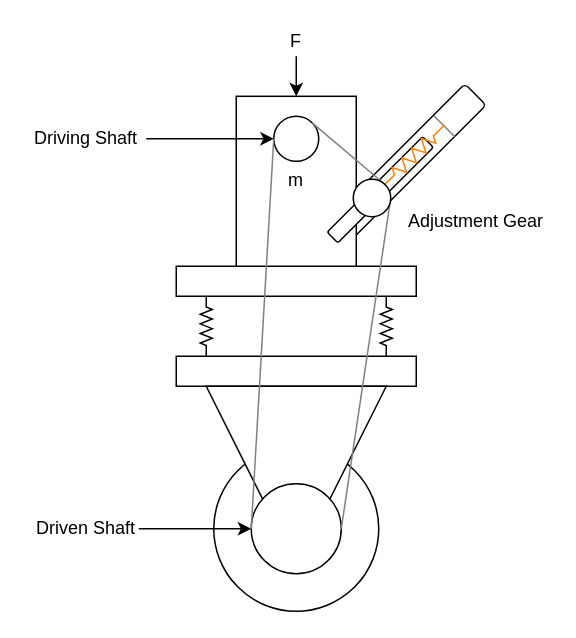
Before: Untitled Diagram.drawio in 5730289021-NN/aris_meta, a draw.io diagram. Source tidied: cells renumbered, new cells numbered last; positions are measured from the earlier drawing's top-left corner, leaving out a move shared by most shapes. Both pictures are drawn from the tidied source at 150%, with x=0, y=0 at pixel (26, 26).
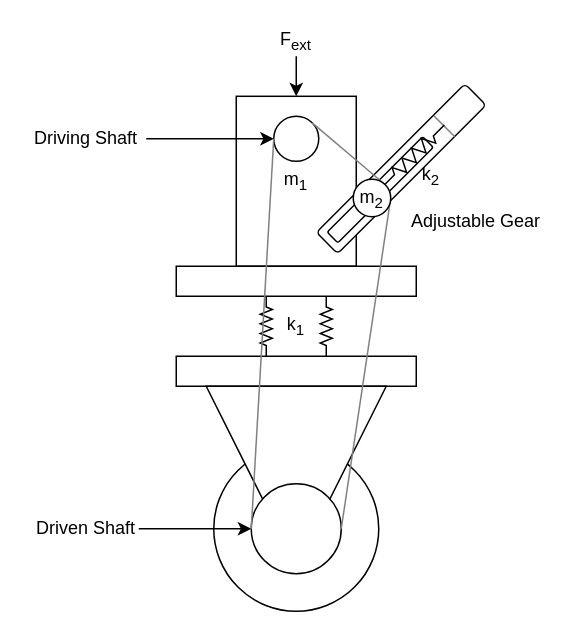
The same page after the edit.

Change to the diagram source:
```diff
@@
+    <mxCell id="5" value="m&lt;sub&gt;1&lt;/sub&gt;" style="rounded=0;whiteSpace=wrap;html=1;" parent="1" vertex="1">
+      <mxGeometry x="140" y="46.7" width="80" height="113.3" as="geometry" />
+    </mxCell>
@@
-    <mxCell id="5" value="m" style="rounded=0;whiteSpace=wrap;html=1;" parent="1" vertex="1">
-      <mxGeometry x="140" y="46.7" width="80" height="113.3" as="geometry" />
-    </mxCell>
@@
-    <mxCell id="7" value="F" style="text;html=1;strokeColor=none;fillColor=none;align=center;verticalAlign=middle;whiteSpace=wrap;rounded=0;" parent="1" vertex="1">
+    <mxCell id="7" value="F&lt;sub&gt;ext&lt;/sub&gt;" style="text;html=1;strokeColor=none;fillColor=none;align=center;verticalAlign=middle;whiteSpace=wrap;rounded=0;" parent="1" vertex="1">
       <mxGeometry x="160" width="40" height="20" as="geometry" />
     </mxCell>
@@
     <mxCell id="9" style="verticalLabelPosition=bottom;shadow=0;dashed=0;align=center;html=1;verticalAlign=top;shape=mxgraph.electrical.resistors.resistor_2;rotation=90;" parent="1" vertex="1">
-      <mxGeometry x="100" y="196" width="40" height="8" as="geometry" />
+      <mxGeometry x="140" y="196" width="40" height="8" as="geometry" />
     </mxCell>
     <mxCell id="10" style="verticalLabelPosition=bottom;shadow=0;dashed=0;align=center;html=1;verticalAlign=top;shape=mxgraph.electrical.resistors.resistor_2;rotation=90;" parent="1" vertex="1">
-      <mxGeometry x="220" y="196" width="40" height="8" as="geometry" />
+      <mxGeometry x="180" y="196" width="40" height="8" as="geometry" />
     </mxCell>
@@
-    <mxCell id="19" value="Adjustment Gear" style="text;html=1;strokeColor=none;fillColor=none;align=center;verticalAlign=middle;whiteSpace=wrap;rounded=0;" parent="1" vertex="1">
+    <mxCell id="19" value="Adjustable Gear" style="text;html=1;strokeColor=none;fillColor=none;align=center;verticalAlign=middle;whiteSpace=wrap;rounded=0;" parent="1" vertex="1">
       <mxGeometry x="250" y="120" width="100" height="20" as="geometry" />
     </mxCell>
@@
-    <mxCell id="24" style="verticalLabelPosition=bottom;shadow=0;dashed=0;align=center;html=1;verticalAlign=top;shape=mxgraph.electrical.resistors.resistor_2;rotation=-45;strokeColor=#FF8000;" parent="1" vertex="1">
+    <mxCell id="24" style="verticalLabelPosition=bottom;shadow=0;dashed=0;align=center;html=1;verticalAlign=top;shape=mxgraph.electrical.resistors.resistor_2;rotation=-45;" parent="1" vertex="1">
       <mxGeometry x="229.8" y="81.6" width="57.3" height="9" as="geometry" />
     </mxCell>
-    <mxCell id="25" style="ellipse;whiteSpace=wrap;html=1;" parent="1" vertex="1">
+    <mxCell id="25" value="m&lt;sub&gt;2&lt;/sub&gt;" style="ellipse;whiteSpace=wrap;html=1;" parent="1" vertex="1">
       <mxGeometry x="218" y="102" width="25" height="25" as="geometry" />
     </mxCell>
+    <mxCell id="26" value="k&lt;sub&gt;1&lt;/sub&gt;" style="text;html=1;strokeColor=none;fillColor=none;align=center;verticalAlign=middle;whiteSpace=wrap;rounded=0;" parent="1" vertex="1">
+      <mxGeometry x="160" y="190" width="40" height="20" as="geometry" />
+    </mxCell>
+    <mxCell id="27" value="k&lt;sub&gt;2&lt;/sub&gt;" style="text;html=1;strokeColor=none;fillColor=none;align=center;verticalAlign=middle;whiteSpace=wrap;rounded=0;" parent="1" vertex="1">
+      <mxGeometry x="250" y="90" width="40" height="20" as="geometry" />
+    </mxCell>
```
